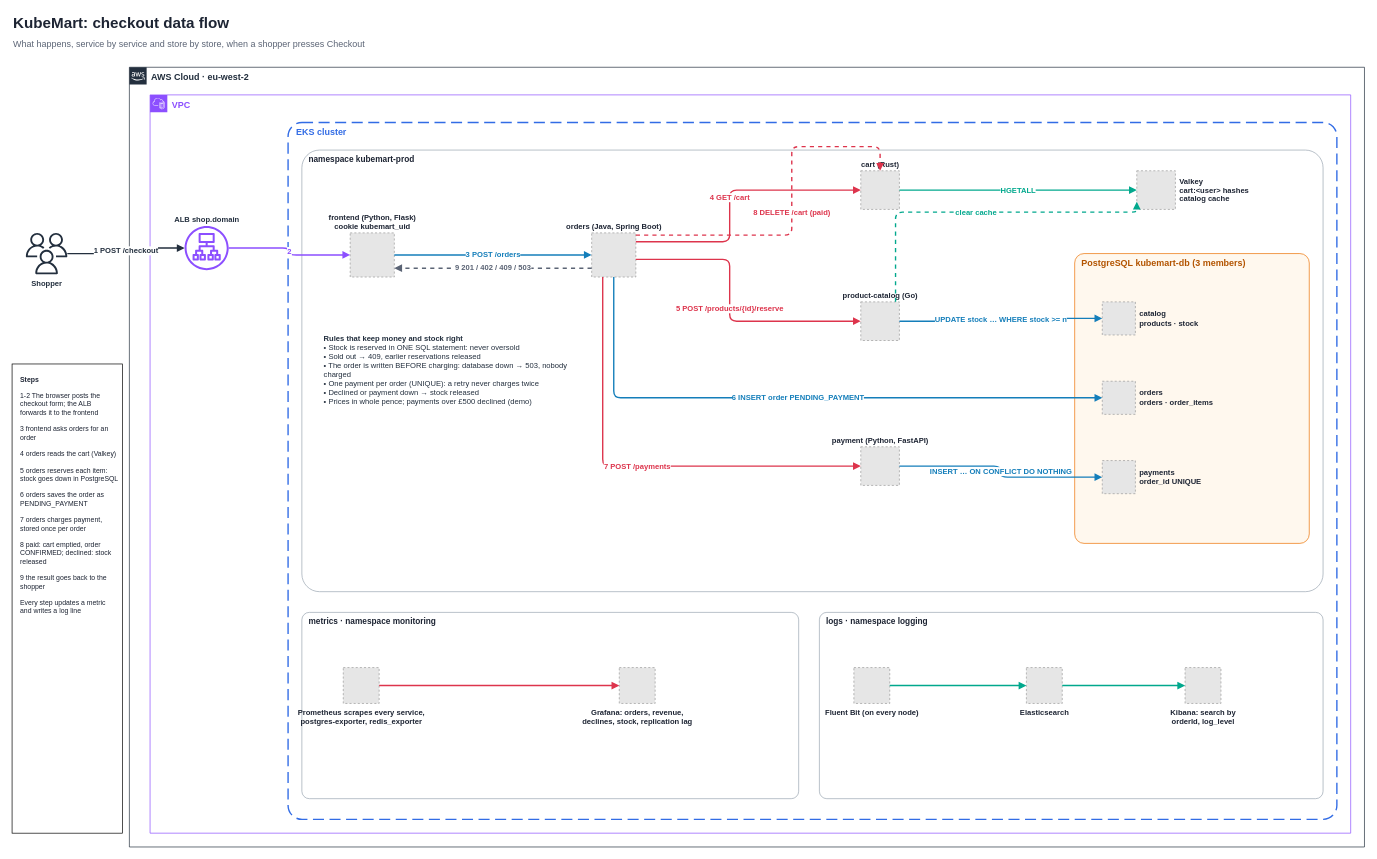
Earlier version of the draw.io diagram architecture/kubemart-checkout-data-flow.drawio (Level-p/Kubemart-EKS-microservice-project). Source tidied: cells renumbered, new cells numbered last; positions are measured from the earlier drawing's top-left corner, leaving out a move shared by most shapes. Both pictures are drawn from the tidied source at 69%, with x=0, y=0 at pixel (12, 12). Pictures stored in the file or linked from it are replaced by grey dashed boxes.
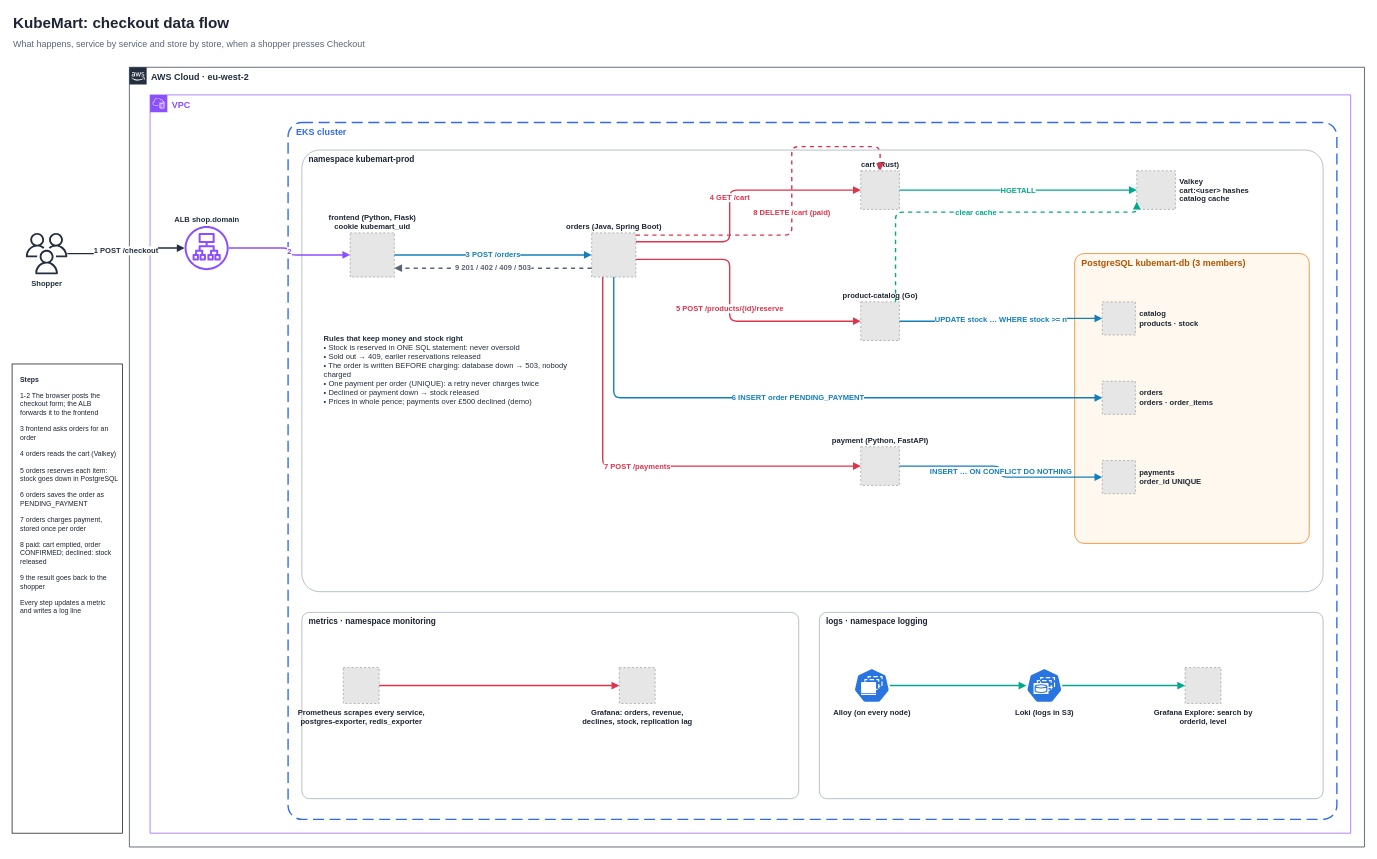
The same page after the edit.

Diff of the diagram source:
```diff
@@
-    <mxCell id="39" value="Fluent Bit (on every node)" style="fillColor=#E6E6E6;strokeColor=#999999;dashed=1;verticalLabelPosition=bottom;verticalAlign=top;fontSize=11;fontStyle=1;fontColor=#1D2433;html=1;" parent="1" vertex="1">
+    <mxCell id="39" value="Alloy (on every node)" style="sketch=0;html=1;dashed=0;whitespace=wrap;verticalLabelPosition=bottom;verticalAlign=top;fillColor=#2875E2;strokeColor=#ffffff;points=[];shape=mxgraph.kubernetes.icon2;prIcon=ds;fontSize=11;fontStyle=1;fontColor=#1D2433;" parent="1" vertex="1">
       <mxGeometry x="1220" y="950" width="52" height="52" as="geometry" />
     </mxCell>
-    <mxCell id="40" value="Elasticsearch" style="fillColor=#E6E6E6;strokeColor=#999999;dashed=1;verticalLabelPosition=bottom;verticalAlign=top;fontSize=11;fontStyle=1;fontColor=#1D2433;html=1;" parent="1" vertex="1">
+    <mxCell id="40" value="Loki (logs in S3)" style="sketch=0;html=1;dashed=0;whitespace=wrap;verticalLabelPosition=bottom;verticalAlign=top;fillColor=#2875E2;strokeColor=#ffffff;points=[];shape=mxgraph.kubernetes.icon2;prIcon=sts;fontSize=11;fontStyle=1;fontColor=#1D2433;" parent="1" vertex="1">
       <mxGeometry x="1470" y="950" width="52" height="52" as="geometry" />
     </mxCell>
-    <mxCell id="41" value="Kibana: search by&lt;br&gt;orderId, log_level" style="fillColor=#E6E6E6;strokeColor=#999999;dashed=1;verticalLabelPosition=bottom;verticalAlign=top;fontSize=11;fontStyle=1;fontColor=#1D2433;html=1;" parent="1" vertex="1">
+    <mxCell id="41" value="Grafana Explore: search by&lt;br&gt;orderId, level" style="fillColor=#E6E6E6;strokeColor=#999999;dashed=1;verticalLabelPosition=bottom;verticalAlign=top;fontSize=11;fontStyle=1;fontColor=#1D2433;html=1;" parent="1" vertex="1">
       <mxGeometry x="1700" y="950" width="52" height="52" as="geometry" />
     </mxCell>
```
